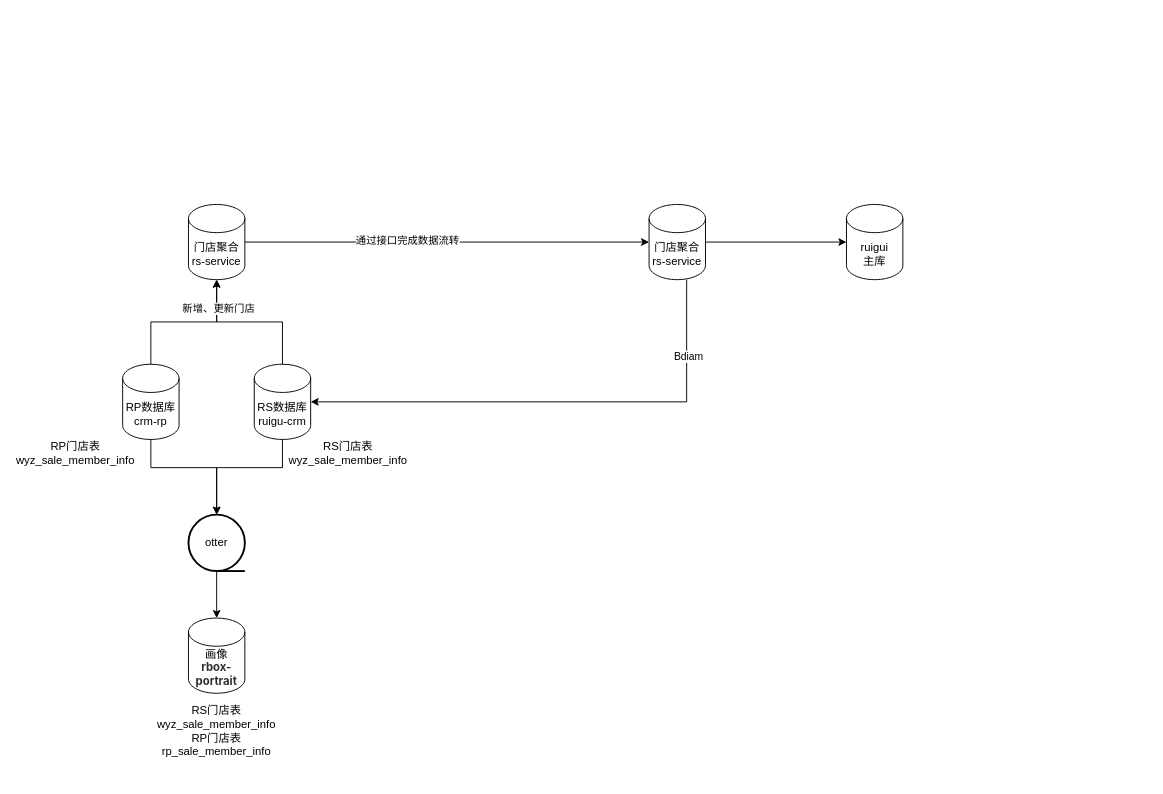
Above: 2025-渠道门店数据流转图.drawio in shixiaoding/draw (draw.io), before the change. Source tidied: cells renumbered, new cells numbered last; positions are measured from the earlier drawing's top-left corner, leaving out a move shared by most shapes. Both pictures are drawn from the tidied source at 94%, with x=0, y=0 at pixel (47, 204).
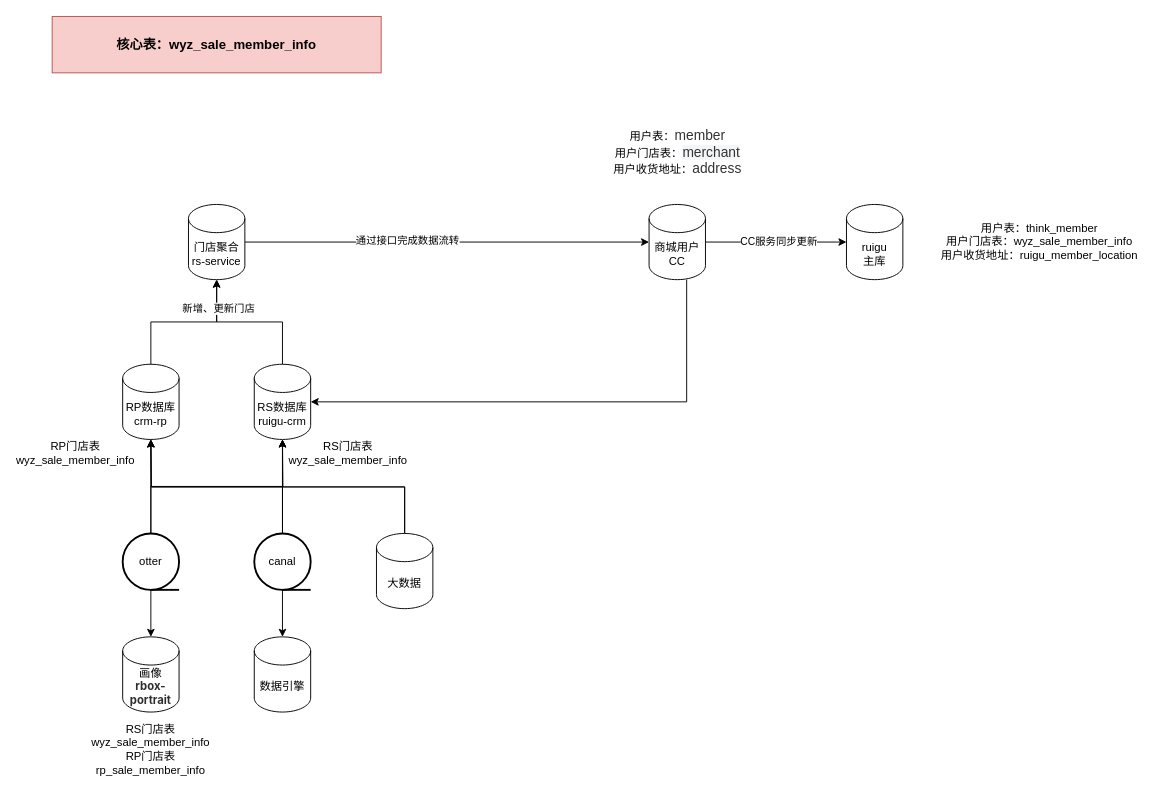
The same page after the edit.

Commit message (it also covers changes not shown here):
更新2025-渠道门店数据流转图.drawio

The change refers to these unchanged cells:
```xml
<mxCell id="2" value="RS数据库&lt;div&gt;ruigu-crm&lt;/div&gt;" style="shape=cylinder3;whiteSpace=wrap;html=1;boundedLbl=1;backgroundOutline=1;size=15;" parent="1" vertex="1">
  <mxGeometry x="220" y="170" width="60" height="80" as="geometry" />
</mxCell>
<mxCell id="3" value="RP数据库crm-rp" style="shape=cylinder3;whiteSpace=wrap;html=1;boundedLbl=1;backgroundOutline=1;size=15;" parent="1" vertex="1">
  <mxGeometry x="80" y="170" width="60" height="80" as="geometry" />
</mxCell>
<mxCell id="18" style="edgeStyle=orthogonalEdgeStyle;rounded=0;jettySize=auto;html=1;" parent="1" edge="1" source="19">
  <mxGeometry relative="1" as="geometry">
    <mxPoint x="850" y="40" as="targetPoint" />
  </mxGeometry>
</mxCell>
<mxCell id="20" style="edgeStyle=orthogonalEdgeStyle;rounded=0;jettySize=auto;html=1;entryX=1;entryY=0.5;entryDx=0;entryDy=0;entryPerimeter=0;" parent="1" edge="1" source="19" target="2">
  <mxGeometry relative="1" as="geometry">
    <Array as="points">
      <mxPoint x="680" y="210" />
    </Array>
  </mxGeometry>
</mxCell>
```

The edit, as a diff of the source:
```diff
@@
+    <mxCell id="23" style="edgeStyle=orthogonalEdgeStyle;rounded=0;jettySize=auto;html=1;exitX=0.5;exitY=0;exitDx=0;exitDy=0;exitPerimeter=0;" parent="1" edge="1" source="7" target="2">
+      <mxGeometry relative="1" as="geometry" />
+    </mxCell>
     <mxCell id="7" value="otter" style="strokeWidth=2;html=1;shape=mxgraph.flowchart.sequential_data;whiteSpace=wrap;" parent="1" vertex="1">
-      <mxGeometry x="150" y="330" width="60" height="60" as="geometry" />
+      <mxGeometry x="80" y="350" width="60" height="60" as="geometry" />
     </mxCell>
     <mxCell id="8" value="&lt;font&gt;画像&lt;br&gt;&lt;/font&gt;&lt;div&gt;&lt;font&gt;&lt;span style=&quot;color: rgb(46, 46, 46); font-family: -apple-system, &amp;quot;system-ui&amp;quot;, &amp;quot;Segoe UI&amp;quot;, Roboto, Oxygen-Sans, Ubuntu, Cantarell, &amp;quot;Helvetica Neue&amp;quot;, sans-serif, &amp;quot;Apple Color Emoji&amp;quot;, &amp;quot;Segoe UI Emoji&amp;quot;, &amp;quot;Segoe UI Symbol&amp;quot;, &amp;quot;Noto Color Emoji&amp;quot;; font-weight: 700; text-align: left; background-color: rgb(255, 255, 255);&quot;&gt;rbox-portrait&lt;/span&gt;&lt;/font&gt;&lt;/div&gt;" style="shape=cylinder3;whiteSpace=wrap;html=1;boundedLbl=1;backgroundOutline=1;size=15;" parent="1" vertex="1">
-      <mxGeometry x="150" y="440" width="60" height="80" as="geometry" />
+      <mxGeometry x="80" y="460" width="60" height="80" as="geometry" />
     </mxCell>
@@
-    <mxCell id="12" style="edgeStyle=orthogonalEdgeStyle;rounded=0;jettySize=auto;html=1;entryX=0.5;entryY=0;entryDx=0;entryDy=0;entryPerimeter=0;" parent="1" edge="1" source="2" target="7">
-      <mxGeometry relative="1" as="geometry">
-        <Array as="points">
-          <mxPoint x="250" y="280" />
-          <mxPoint x="180" y="280" />
-        </Array>
-      </mxGeometry>
-    </mxCell>
-    <mxCell id="13" style="edgeStyle=orthogonalEdgeStyle;rounded=0;jettySize=auto;html=1;entryX=0.5;entryY=0;entryDx=0;entryDy=0;entryPerimeter=0;" parent="1" edge="1" source="3" target="7">
-      <mxGeometry relative="1" as="geometry">
-        <Array as="points">
-          <mxPoint x="110" y="280" />
-          <mxPoint x="180" y="280" />
-        </Array>
-      </mxGeometry>
-    </mxCell>
@@
     <mxCell id="17" value="RS门店表&lt;div&gt;wyz_sale_member_info&lt;/div&gt;&lt;div&gt;RP门店表&lt;/div&gt;&lt;div&gt;rp_sale_member_info&lt;/div&gt;" style="text;html=1;align=center;verticalAlign=middle;whiteSpace=wrap;rounded=0;" parent="1" vertex="1">
-      <mxGeometry x="100" y="530" width="160" height="60" as="geometry" />
+      <mxGeometry x="30" y="550" width="160" height="60" as="geometry" />
     </mxCell>
@@
+    <mxCell id="24" value="CC服务同步更新" style="edgeLabel;html=1;align=center;verticalAlign=middle;" parent="18" vertex="1">
+      <mxGeometry x="0.04" y="1" relative="1" as="geometry" />
+    </mxCell>
-    <mxCell id="19" value="&lt;div&gt;门店聚合&lt;/div&gt;rs-service" style="shape=cylinder3;whiteSpace=wrap;html=1;boundedLbl=1;backgroundOutline=1;size=15;" parent="1" vertex="1">
+    <mxCell id="19" value="&lt;div&gt;商城用户&lt;/div&gt;CC" style="shape=cylinder3;whiteSpace=wrap;html=1;boundedLbl=1;backgroundOutline=1;size=15;" parent="1" vertex="1">
       <mxGeometry x="640" width="60" height="80" as="geometry" />
     </mxCell>
@@
-    <mxCell id="21" value="Bdiam" style="edgeLabel;html=1;align=center;verticalAlign=middle;" parent="20" vertex="1">
-      <mxGeometry x="-0.7" y="1" relative="1" as="geometry">
-        <mxPoint y="1" as="offset" />
-      </mxGeometry>
-    </mxCell>
-    <mxCell id="22" value="ruigui&lt;br&gt;主库" style="shape=cylinder3;whiteSpace=wrap;html=1;boundedLbl=1;backgroundOutline=1;size=15;" parent="1" vertex="1">
+    <mxCell id="22" value="ruigu&lt;br&gt;主库" style="shape=cylinder3;whiteSpace=wrap;html=1;boundedLbl=1;backgroundOutline=1;size=15;" parent="1" vertex="1">
       <mxGeometry x="850" width="60" height="80" as="geometry" />
     </mxCell>
+    <mxCell id="25" value="用户表：think_member&lt;div&gt;用户门店表：wyz_sale_member_info&lt;br&gt;用户收货地址：ruigu_member_location&lt;/div&gt;" style="text;html=1;align=center;verticalAlign=middle;strokeColor=none;fillColor=none;" parent="1" vertex="1">
+      <mxGeometry x="940" y="10" width="230" height="60" as="geometry" />
+    </mxCell>
+    <mxCell id="26" value="核心表：wyz_sale_member_info" style="rounded=0;whiteSpace=wrap;html=1;fillColor=#f8cecc;strokeColor=#b85450;fontSize=14;fontStyle=1;" parent="1" vertex="1">
+      <mxGeometry x="5" y="-200" width="350" height="60" as="geometry" />
+    </mxCell>
+    <mxCell id="27" value="用户表：&lt;span style=&quot;color: rgb(51, 51, 51); font-size: 14.6667px; text-align: left; text-wrap-mode: wrap;&quot;&gt;member&lt;/span&gt;&lt;div&gt;用户门店表：&lt;span style=&quot;color: rgb(51, 51, 51); font-size: 14.6667px; text-align: left; text-wrap-mode: wrap; background-color: rgb(243, 245, 247);&quot;&gt;merchant&lt;/span&gt;&lt;br&gt;用户收货地址：&lt;span style=&quot;color: rgb(51, 51, 51); font-size: 14.6667px; text-align: left; text-wrap-mode: wrap; background-color: transparent;&quot;&gt;address&lt;/span&gt;&lt;/div&gt;" style="text;html=1;align=center;verticalAlign=middle;strokeColor=none;fillColor=none;" parent="1" vertex="1">
+      <mxGeometry x="590" y="-90" width="160" height="70" as="geometry" />
+    </mxCell>
+    <mxCell id="28" style="edgeStyle=orthogonalEdgeStyle;rounded=0;jettySize=auto;html=1;" parent="1" edge="1" source="30" target="31">
+      <mxGeometry relative="1" as="geometry" />
+    </mxCell>
+    <mxCell id="29" style="edgeStyle=orthogonalEdgeStyle;rounded=0;jettySize=auto;html=1;exitX=0.5;exitY=0;exitDx=0;exitDy=0;exitPerimeter=0;" parent="1" edge="1" source="30">
+      <mxGeometry relative="1" as="geometry">
+        <mxPoint x="110" y="250" as="targetPoint" />
+      </mxGeometry>
+    </mxCell>
+    <mxCell id="30" value="canal" style="strokeWidth=2;html=1;shape=mxgraph.flowchart.sequential_data;whiteSpace=wrap;" parent="1" vertex="1">
+      <mxGeometry x="220" y="350" width="60" height="60" as="geometry" />
+    </mxCell>
+    <mxCell id="31" value="数据引擎" style="shape=cylinder3;whiteSpace=wrap;html=1;boundedLbl=1;backgroundOutline=1;size=15;" parent="1" vertex="1">
+      <mxGeometry x="220" y="460" width="60" height="80" as="geometry" />
+    </mxCell>
+    <mxCell id="32" style="edgeStyle=orthogonalEdgeStyle;rounded=0;jettySize=auto;html=1;exitX=0.5;exitY=0;exitDx=0;exitDy=0;exitPerimeter=0;entryX=0.5;entryY=1;entryDx=0;entryDy=0;entryPerimeter=0;" parent="1" edge="1" source="7" target="3">
+      <mxGeometry relative="1" as="geometry" />
+    </mxCell>
+    <mxCell id="33" style="edgeStyle=orthogonalEdgeStyle;rounded=0;jettySize=auto;html=1;entryX=0.5;entryY=1;entryDx=0;entryDy=0;entryPerimeter=0;" parent="1" edge="1" source="30" target="2">
+      <mxGeometry relative="1" as="geometry" />
+    </mxCell>
+    <mxCell id="34" style="edgeStyle=orthogonalEdgeStyle;rounded=0;jettySize=auto;html=1;exitX=0.5;exitY=0;exitDx=0;exitDy=0;exitPerimeter=0;" parent="1" edge="1" source="36">
+      <mxGeometry relative="1" as="geometry">
+        <mxPoint x="110" y="250" as="targetPoint" />
+      </mxGeometry>
+    </mxCell>
+    <mxCell id="35" style="edgeStyle=orthogonalEdgeStyle;rounded=0;jettySize=auto;html=1;exitX=0.5;exitY=0;exitDx=0;exitDy=0;exitPerimeter=0;" parent="1" edge="1" source="36">
+      <mxGeometry relative="1" as="geometry">
+        <mxPoint x="250" y="250" as="targetPoint" />
+      </mxGeometry>
+    </mxCell>
+    <mxCell id="36" value="大数据" style="shape=cylinder3;whiteSpace=wrap;html=1;boundedLbl=1;backgroundOutline=1;size=15;" parent="1" vertex="1">
+      <mxGeometry x="350" y="350" width="60" height="80" as="geometry" />
+    </mxCell>
```
